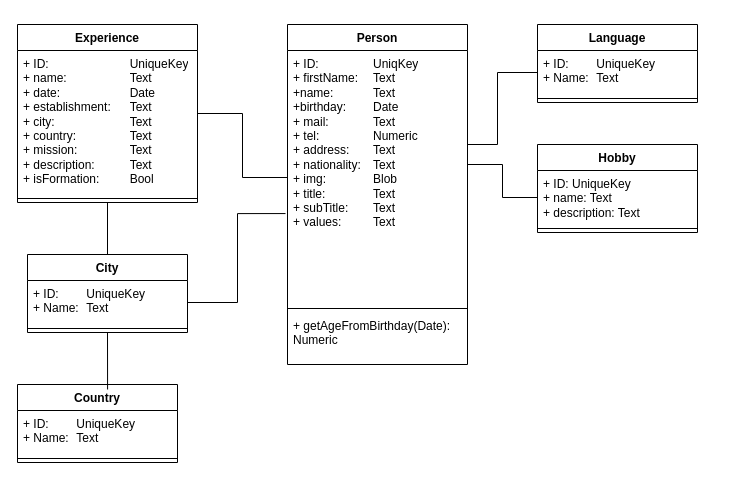
The draw.io diagram CVDB.drawio in Will2KB/CVAPI, before the edit. Source tidied: cells renumbered, new cells numbered last; positions are measured from the earlier drawing's top-left corner, leaving out a move shared by most shapes. Both pictures are drawn from the tidied source at 100%, with x=0, y=0 at pixel (17, 24).
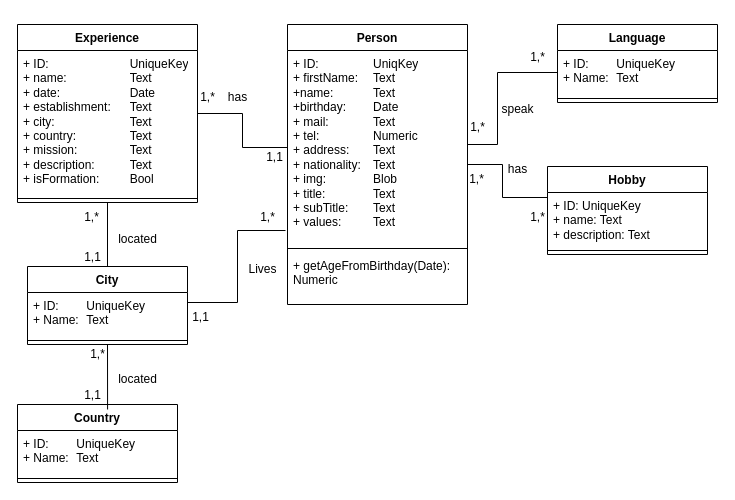
Above is the later version.

Commit message:
Mettre à jour CVDB.drawio ave les liens

Unchanged cells that the change refers to:
```xml
<mxCell id="10" value="+ ID: &lt;span style=&quot;white-space: pre;&quot;&gt;&#9;&lt;/span&gt;UniqueKey&lt;div&gt;+ Name: &lt;span style=&quot;white-space: pre;&quot;&gt;&#9;&lt;/span&gt;Text&lt;/div&gt;" style="text;strokeColor=none;fillColor=none;align=left;verticalAlign=top;spacingLeft=4;spacingRight=4;overflow=hidden;points=[[0,0.5],[1,0.5]];portConstraint=eastwest;whiteSpace=wrap;html=1;" parent="9" vertex="1">
  <mxGeometry y="26" width="160" height="44" as="geometry" />
</mxCell>
```

Change to the diagram source:
```diff
@@
     <mxCell id="2" value="Language" style="swimlane;fontStyle=1;align=center;verticalAlign=top;horizontal=1;startSize=26;whiteSpace=wrap;html=1;" parent="1" vertex="1">
-      <mxGeometry x="520" width="160" height="78" as="geometry" />
+      <mxGeometry x="540" width="160" height="78" as="geometry" />
     </mxCell>
@@
     <mxCell id="9" value="City" style="swimlane;fontStyle=1;align=center;verticalAlign=top;horizontal=1;startSize=26;whiteSpace=wrap;html=1;" parent="1" vertex="1">
-      <mxGeometry x="10" y="230" width="160" height="78" as="geometry" />
+      <mxGeometry x="10" y="242" width="160" height="78" as="geometry" />
     </mxCell>
@@
     <mxCell id="13" value="Person" style="swimlane;fontStyle=1;align=center;verticalAlign=top;horizontal=1;startSize=26;whiteSpace=wrap;html=1;" parent="1" vertex="1">
-      <mxGeometry x="270" width="180" height="340" as="geometry" />
+      <mxGeometry x="270" width="180" height="280" as="geometry" />
     </mxCell>
     <mxCell id="14" value="+ ID: &lt;span style=&quot;white-space: pre;&quot;&gt;&#9;&lt;/span&gt;&lt;span style=&quot;white-space: pre;&quot;&gt;&#9;&lt;/span&gt;UniqKey&lt;div&gt;+ firstName:&lt;span style=&quot;white-space: pre;&quot;&gt;&#9;&lt;/span&gt;Text&lt;/div&gt;&lt;div&gt;+name:&lt;span style=&quot;white-space: pre;&quot;&gt;&#9;&lt;span style=&quot;white-space: pre;&quot;&gt;&#9;&lt;/span&gt;&lt;/span&gt;Text&lt;/div&gt;&lt;div&gt;+birthday:&lt;span style=&quot;white-space: pre;&quot;&gt;&#9;&lt;/span&gt;Date&lt;/div&gt;&lt;div&gt;+ mail:&lt;span style=&quot;white-space: pre;&quot;&gt;&#9;&lt;/span&gt;&lt;span style=&quot;white-space: pre;&quot;&gt;&#9;&lt;/span&gt;Text&lt;/div&gt;&lt;div&gt;+ tel:&lt;span style=&quot;white-space: pre;&quot;&gt;&#9;&lt;/span&gt;&lt;span style=&quot;white-space: pre;&quot;&gt;&#9;&lt;/span&gt;Numeric&lt;/div&gt;&lt;div&gt;+ address:&lt;span style=&quot;white-space: pre;&quot;&gt;&#9;&lt;/span&gt;Text&lt;/div&gt;&lt;div&gt;+ nationality:&lt;span style=&quot;white-space: pre;&quot;&gt;&#9;&lt;/span&gt;Text&lt;/div&gt;&lt;div&gt;+ img:&lt;span style=&quot;white-space: pre;&quot;&gt;&#9;&lt;/span&gt;&lt;span style=&quot;white-space: pre;&quot;&gt;&#9;&lt;/span&gt;Blob&lt;/div&gt;&lt;div&gt;+ title:&lt;span style=&quot;white-space: pre;&quot;&gt;&#9;&lt;/span&gt;&lt;span style=&quot;white-space: pre;&quot;&gt;&#9;&lt;/span&gt;Text&lt;/div&gt;&lt;div&gt;+ subTitle:&lt;span style=&quot;white-space: pre;&quot;&gt;&#9;&lt;/span&gt;Text&lt;/div&gt;&lt;div&gt;+ values:&lt;span style=&quot;white-space: pre;&quot;&gt;&#9;&lt;/span&gt;&lt;span style=&quot;white-space: pre;&quot;&gt;&#9;&lt;/span&gt;Text&lt;/div&gt;" style="text;strokeColor=none;fillColor=none;align=left;verticalAlign=top;spacingLeft=4;spacingRight=4;overflow=hidden;points=[[0,0.5],[1,0.5]];portConstraint=eastwest;whiteSpace=wrap;html=1;" parent="13" vertex="1">
-      <mxGeometry y="26" width="180" height="254" as="geometry" />
+      <mxGeometry y="26" width="180" height="194" as="geometry" />
     </mxCell>
     <mxCell id="15" style="line;strokeWidth=1;fillColor=none;align=left;verticalAlign=middle;spacingTop=-1;spacingLeft=3;spacingRight=3;labelPosition=right;strokeColor=inherit;" parent="13" vertex="1">
-      <mxGeometry y="280" width="180" height="8" as="geometry" />
+      <mxGeometry y="220" width="180" height="8" as="geometry" />
     </mxCell>
     <mxCell id="16" value="+ getAgeFromBirthday(Date): Numeric" style="text;strokeColor=none;fillColor=none;align=left;verticalAlign=top;spacingLeft=4;spacingRight=4;overflow=hidden;whiteSpace=wrap;html=1;" parent="13" vertex="1">
-      <mxGeometry y="288" width="180" height="52" as="geometry" />
+      <mxGeometry y="228" width="180" height="52" as="geometry" />
     </mxCell>
     <mxCell id="17" value="Hobby" style="swimlane;fontStyle=1;align=center;verticalAlign=top;horizontal=1;startSize=26;whiteSpace=wrap;html=1;" parent="1" vertex="1">
-      <mxGeometry x="520" y="120" width="160" height="88" as="geometry" />
+      <mxGeometry x="530" y="142" width="160" height="88" as="geometry" />
     </mxCell>
@@
     <mxCell id="20" value="Country" style="swimlane;fontStyle=1;align=center;verticalAlign=top;horizontal=1;startSize=26;whiteSpace=wrap;html=1;" parent="1" vertex="1">
-      <mxGeometry y="360" width="160" height="78" as="geometry" />
+      <mxGeometry y="380" width="160" height="78" as="geometry" />
     </mxCell>
@@
-    <mxCell id="27" style="rounded=0;jettySize=auto;html=1;exitX=-0.011;exitY=0.642;exitDx=0;exitDy=0;exitPerimeter=0;entryX=1;entryY=0.5;entryDx=0;entryDy=0;edgeStyle=orthogonalEdgeStyle;endArrow=none;startFill=0;" parent="1" edge="1" source="14" target="10">
-      <mxGeometry relative="1" as="geometry" />
+    <mxCell id="27" style="rounded=0;jettySize=auto;html=1;exitX=-0.011;exitY=0.928;exitDx=0;exitDy=0;exitPerimeter=0;entryX=1;entryY=0.5;entryDx=0;entryDy=0;edgeStyle=orthogonalEdgeStyle;endArrow=none;startFill=0;" parent="1" edge="1" source="14" target="10">
+      <mxGeometry relative="1" as="geometry">
+        <Array as="points">
+          <mxPoint x="220" y="206" />
+          <mxPoint x="220" y="278" />
+        </Array>
+      </mxGeometry>
     </mxCell>
+    <mxCell id="28" value="Lives" style="text;html=1;align=center;verticalAlign=middle;strokeColor=none;fillColor=none;" parent="1" vertex="1">
+      <mxGeometry x="220" y="230" width="50" height="30" as="geometry" />
+    </mxCell>
+    <mxCell id="29" value="has" style="text;html=1;align=center;verticalAlign=middle;strokeColor=none;fillColor=none;" parent="1" vertex="1">
+      <mxGeometry x="200" y="58" width="40" height="30" as="geometry" />
+    </mxCell>
+    <mxCell id="30" value="speak" style="text;html=1;align=center;verticalAlign=middle;strokeColor=none;fillColor=none;" parent="1" vertex="1">
+      <mxGeometry x="470" y="70" width="60" height="30" as="geometry" />
+    </mxCell>
+    <mxCell id="31" value="has" style="text;html=1;align=center;verticalAlign=middle;strokeColor=none;fillColor=none;" parent="1" vertex="1">
+      <mxGeometry x="480" y="130" width="40" height="30" as="geometry" />
+    </mxCell>
+    <mxCell id="32" value="located" style="text;html=1;align=center;verticalAlign=middle;strokeColor=none;fillColor=none;" parent="1" vertex="1">
+      <mxGeometry x="90" y="340" width="60" height="30" as="geometry" />
+    </mxCell>
+    <mxCell id="33" value="located" style="text;html=1;align=center;verticalAlign=middle;strokeColor=none;fillColor=none;" parent="1" vertex="1">
+      <mxGeometry x="90" y="200" width="60" height="30" as="geometry" />
+    </mxCell>
+    <mxCell id="34" value="1,*" style="text;html=1;align=center;verticalAlign=middle;strokeColor=none;fillColor=none;" parent="1" vertex="1">
+      <mxGeometry x="500" y="18" width="40" height="30" as="geometry" />
+    </mxCell>
+    <mxCell id="35" value="1,*" style="text;html=1;align=center;verticalAlign=middle;strokeColor=none;fillColor=none;" parent="1" vertex="1">
+      <mxGeometry x="440" y="88" width="40" height="30" as="geometry" />
+    </mxCell>
+    <mxCell id="36" value="1,*" style="text;html=1;align=center;verticalAlign=middle;strokeColor=none;fillColor=none;" parent="1" vertex="1">
+      <mxGeometry x="439" y="140" width="40" height="30" as="geometry" />
+    </mxCell>
+    <mxCell id="37" value="1,*" style="text;html=1;align=center;verticalAlign=middle;strokeColor=none;fillColor=none;" parent="1" vertex="1">
+      <mxGeometry x="500" y="178" width="40" height="30" as="geometry" />
+    </mxCell>
+    <mxCell id="38" value="1,1" style="text;html=1;align=center;verticalAlign=middle;strokeColor=none;fillColor=none;" parent="1" vertex="1">
+      <mxGeometry x="237" y="118" width="40" height="30" as="geometry" />
+    </mxCell>
+    <mxCell id="39" value="1,*" style="text;html=1;align=center;verticalAlign=middle;strokeColor=none;fillColor=none;" parent="1" vertex="1">
+      <mxGeometry x="170" y="58" width="40" height="30" as="geometry" />
+    </mxCell>
+    <mxCell id="40" value="1,*" style="text;html=1;align=center;verticalAlign=middle;strokeColor=none;fillColor=none;" parent="1" vertex="1">
+      <mxGeometry x="230" y="178" width="40" height="30" as="geometry" />
+    </mxCell>
+    <mxCell id="41" value="1,1" style="text;html=1;align=center;verticalAlign=middle;strokeColor=none;fillColor=none;" parent="1" vertex="1">
+      <mxGeometry x="163" y="278" width="40" height="30" as="geometry" />
+    </mxCell>
+    <mxCell id="42" value="1,*" style="text;html=1;align=center;verticalAlign=middle;strokeColor=none;fillColor=none;" parent="1" vertex="1">
+      <mxGeometry x="54" y="178" width="40" height="30" as="geometry" />
+    </mxCell>
+    <mxCell id="43" value="1,1" style="text;html=1;align=center;verticalAlign=middle;strokeColor=none;fillColor=none;" parent="1" vertex="1">
+      <mxGeometry x="55" y="218" width="40" height="30" as="geometry" />
+    </mxCell>
+    <mxCell id="44" value="1,*" style="text;html=1;align=center;verticalAlign=middle;strokeColor=none;fillColor=none;" parent="1" vertex="1">
+      <mxGeometry x="60" y="315" width="40" height="30" as="geometry" />
+    </mxCell>
+    <mxCell id="45" value="1,1" style="text;html=1;align=center;verticalAlign=middle;strokeColor=none;fillColor=none;" parent="1" vertex="1">
+      <mxGeometry x="55" y="356" width="40" height="30" as="geometry" />
+    </mxCell>
```
